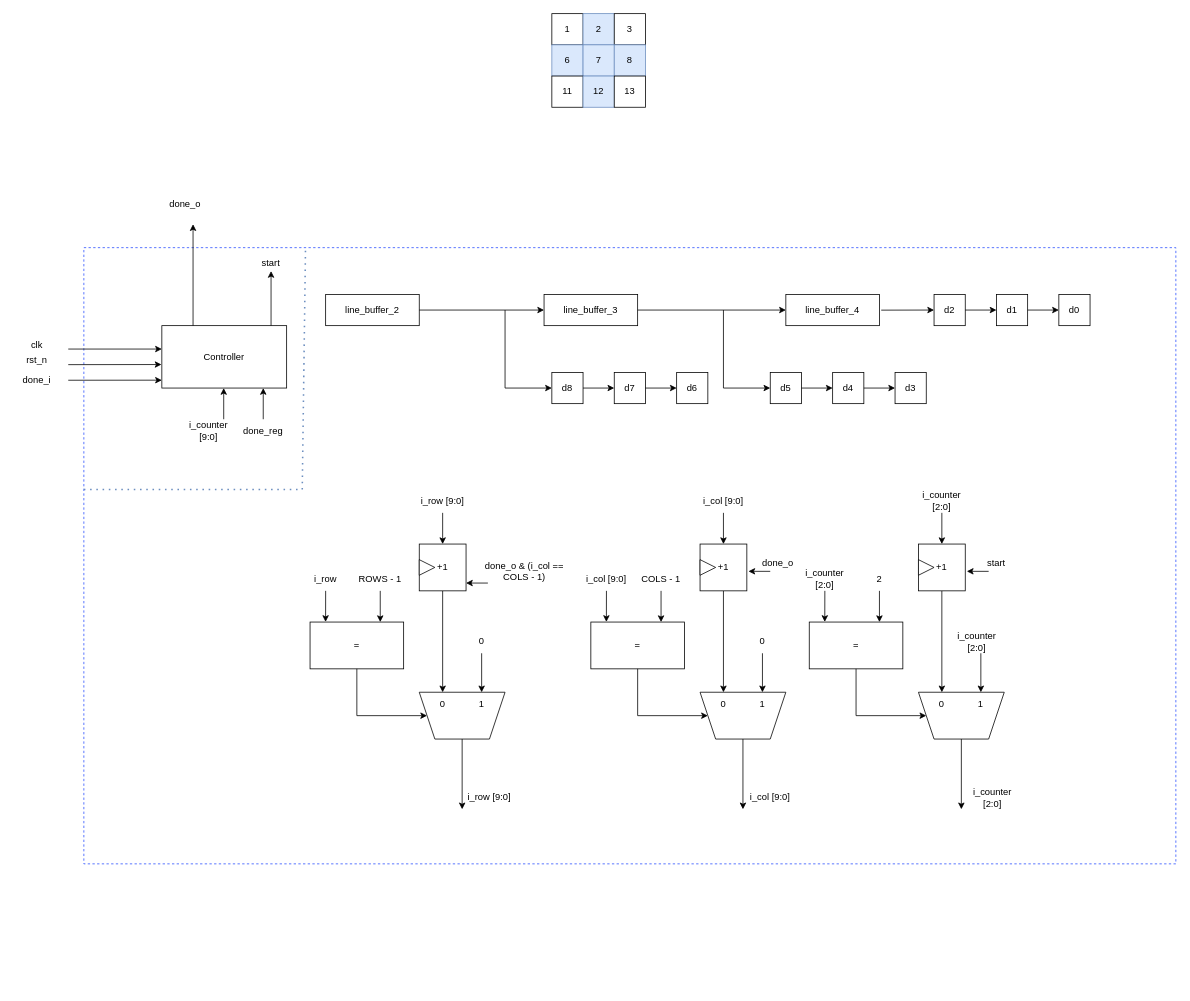
Before: draw/DataModulateModules/DataModulate3x3.drawio in Hieuueihm/Thesis, a draw.io diagram. Source tidied: cells renumbered, new cells numbered last; positions are measured from the earlier drawing's top-left corner, leaving out a move shared by most shapes. Both pictures are drawn from the tidied source at 78%, with x=0, y=0 at pixel (13, 13).
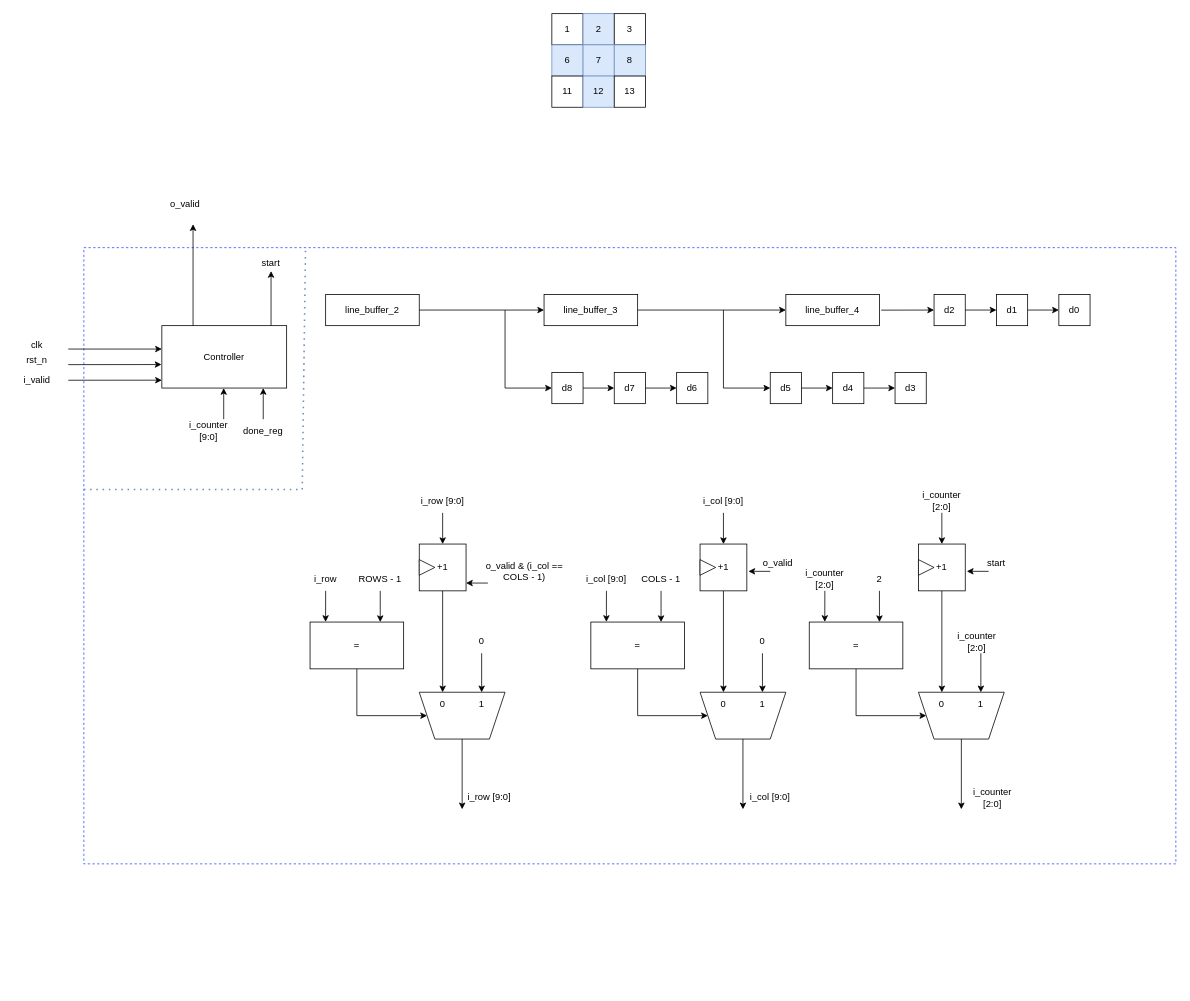
After the change.

Change to the diagram source:
```diff
@@
-    <mxCell id="32" value="done_i" style="text;html=1;align=center;verticalAlign=middle;whiteSpace=wrap;rounded=0;" parent="1" vertex="1">
+    <mxCell id="32" value="i_valid" style="text;html=1;align=center;verticalAlign=middle;whiteSpace=wrap;rounded=0;" parent="1" vertex="1">
       <mxGeometry y="455" width="60" height="30" as="geometry" />
     </mxCell>
@@
-    <mxCell id="36" value="done_o" style="text;html=1;align=center;verticalAlign=middle;whiteSpace=wrap;rounded=0;" parent="1" vertex="1">
+    <mxCell id="36" value="o_valid" style="text;html=1;align=center;verticalAlign=middle;whiteSpace=wrap;rounded=0;" parent="1" vertex="1">
       <mxGeometry x="190" y="230" width="60" height="30" as="geometry" />
     </mxCell>
@@
-    <mxCell id="54" value="done_o &amp;amp; (i_col == COLS - 1)" style="text;html=1;align=center;verticalAlign=middle;whiteSpace=wrap;rounded=0;" parent="1" vertex="1">
+    <mxCell id="54" value="o_valid &amp;amp; (i_col == COLS - 1)" style="text;html=1;align=center;verticalAlign=middle;whiteSpace=wrap;rounded=0;" parent="1" vertex="1">
       <mxGeometry x="590" y="700" width="130" height="30" as="geometry" />
     </mxCell>
@@
-    <mxCell id="73" value="done_o" style="text;html=1;align=center;verticalAlign=middle;whiteSpace=wrap;rounded=0;" parent="1" vertex="1">
+    <mxCell id="73" value="o_valid" style="text;html=1;align=center;verticalAlign=middle;whiteSpace=wrap;rounded=0;" parent="1" vertex="1">
       <mxGeometry x="950" y="690" width="60" height="30" as="geometry" />
     </mxCell>
```
